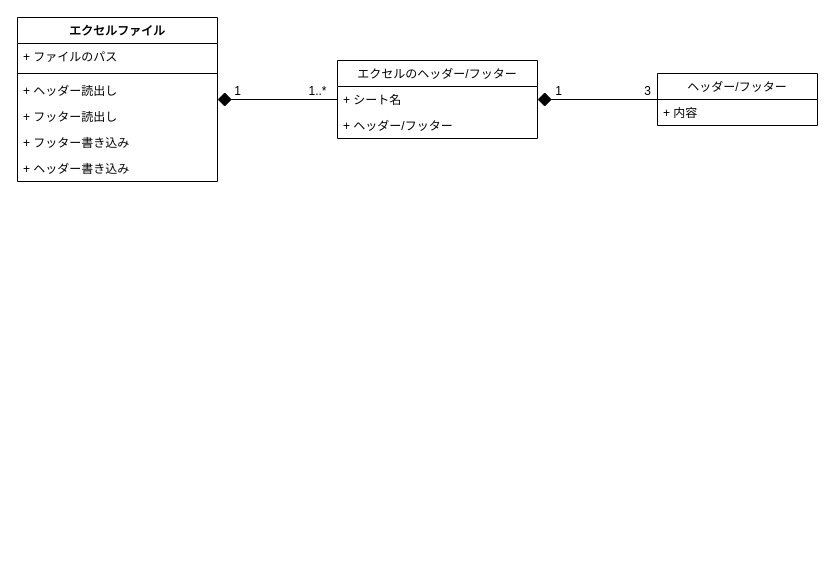
Earlier version of the draw.io diagram page "Class diagram1" (2 of 3) of doc/design/design.drawio (CountrySideEngineer/PythonDeOffice). Source tidied: cells renumbered, new cells numbered last; positions are measured from the earlier drawing's top-left corner, leaving out a move shared by most shapes. Both pictures are drawn from the tidied source at 100%, with x=0, y=0 at pixel (17, 17).
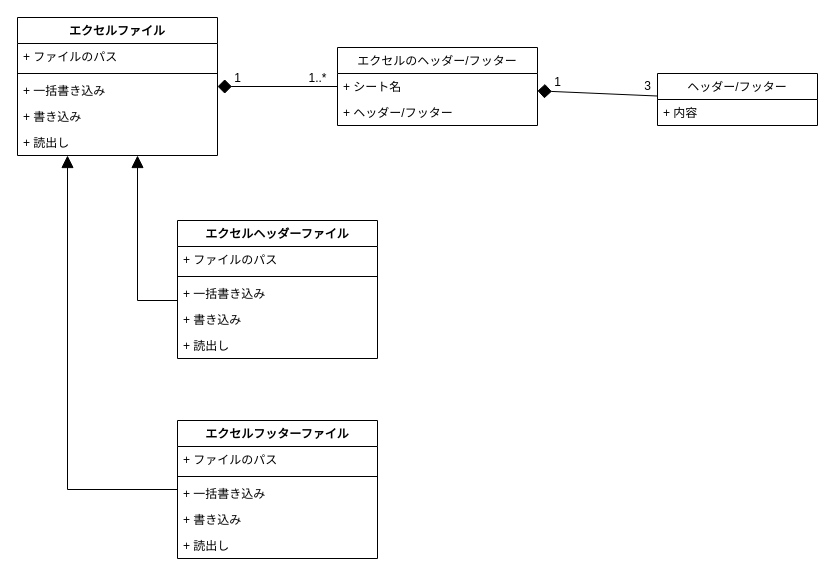
After the change.

Diff of the diagram source:
```diff
@@
     <mxCell id="7" value="エクセルのヘッダー/フッター" style="swimlane;fontStyle=0;horizontal=1;startSize=26;fillColor=none;" parent="1" vertex="1">
-      <mxGeometry x="320" y="43" width="200" height="78" as="geometry" />
+      <mxGeometry x="320" y="30" width="200" height="78" as="geometry" />
     </mxCell>
@@
     <mxCell id="13" value="エクセルファイル" style="swimlane;fontStyle=1;align=center;verticalAlign=top;horizontal=1;startSize=26;" parent="1" vertex="1">
-      <mxGeometry width="200" height="164" as="geometry" />
+      <mxGeometry width="200" height="138" as="geometry" />
     </mxCell>
@@
+    <mxCell id="19" value="+ 一括書き込み" style="text;strokeColor=none;fillColor=none;align=left;verticalAlign=top;spacingLeft=4;spacingRight=4;overflow=hidden;" parent="13" vertex="1">
+      <mxGeometry y="60" width="200" height="26" as="geometry" />
+    </mxCell>
+    <mxCell id="18" value="+ 書き込み" style="text;strokeColor=none;fillColor=none;align=left;verticalAlign=top;spacingLeft=4;spacingRight=4;overflow=hidden;" parent="13" vertex="1">
+      <mxGeometry y="86" width="200" height="26" as="geometry" />
+    </mxCell>
-    <mxCell id="16" value="+ ヘッダー読出し" style="text;strokeColor=none;fillColor=none;align=left;verticalAlign=top;spacingLeft=4;spacingRight=4;overflow=hidden;" parent="13" vertex="1">
-      <mxGeometry y="60" width="200" height="26" as="geometry" />
+    <mxCell id="16" value="+ 読出し" style="text;strokeColor=none;fillColor=none;align=left;verticalAlign=top;spacingLeft=4;spacingRight=4;overflow=hidden;" parent="13" vertex="1">
+      <mxGeometry y="112" width="200" height="26" as="geometry" />
     </mxCell>
-    <mxCell id="17" value="+ フッター読出し" style="text;strokeColor=none;fillColor=none;align=left;verticalAlign=top;spacingLeft=4;spacingRight=4;overflow=hidden;" parent="13" vertex="1">
-      <mxGeometry y="86" width="200" height="26" as="geometry" />
-    </mxCell>
-    <mxCell id="18" value="+ フッター書き込み" style="text;strokeColor=none;fillColor=none;align=left;verticalAlign=top;spacingLeft=4;spacingRight=4;overflow=hidden;" parent="13" vertex="1">
-      <mxGeometry y="112" width="200" height="26" as="geometry" />
-    </mxCell>
-    <mxCell id="19" value="+ ヘッダー書き込み" style="text;strokeColor=none;fillColor=none;align=left;verticalAlign=top;spacingLeft=4;spacingRight=4;overflow=hidden;" parent="13" vertex="1">
-      <mxGeometry y="138" width="200" height="26" as="geometry" />
-    </mxCell>
+    <mxCell id="20" style="edgeStyle=orthogonalEdgeStyle;rounded=0;jettySize=auto;html=1;endArrow=block;endFill=1;startSize=6;endSize=10;" parent="1" edge="1" source="21" target="13">
+      <mxGeometry relative="1" as="geometry">
+        <Array as="points">
+          <mxPoint x="120" y="283" />
+        </Array>
+      </mxGeometry>
+    </mxCell>
+    <mxCell id="21" value="エクセルヘッダーファイル" style="swimlane;fontStyle=1;align=center;verticalAlign=top;horizontal=1;startSize=26;" parent="1" vertex="1">
+      <mxGeometry x="160" y="203" width="200" height="138" as="geometry" />
+    </mxCell>
+    <mxCell id="22" value="+ ファイルのパス" style="text;strokeColor=none;fillColor=none;align=left;verticalAlign=top;spacingLeft=4;spacingRight=4;overflow=hidden;" parent="21" vertex="1">
+      <mxGeometry y="26" width="200" height="26" as="geometry" />
+    </mxCell>
+    <mxCell id="23" style="line;strokeWidth=1;fillColor=none;align=left;verticalAlign=middle;spacingTop=-1;spacingLeft=3;spacingRight=3;labelPosition=right;" parent="21" vertex="1">
+      <mxGeometry y="52" width="200" height="8" as="geometry" />
+    </mxCell>
+    <mxCell id="24" value="+ 一括書き込み" style="text;strokeColor=none;fillColor=none;align=left;verticalAlign=top;spacingLeft=4;spacingRight=4;overflow=hidden;" parent="21" vertex="1">
+      <mxGeometry y="60" width="200" height="26" as="geometry" />
+    </mxCell>
+    <mxCell id="25" value="+ 書き込み" style="text;strokeColor=none;fillColor=none;align=left;verticalAlign=top;spacingLeft=4;spacingRight=4;overflow=hidden;" parent="21" vertex="1">
+      <mxGeometry y="86" width="200" height="26" as="geometry" />
+    </mxCell>
+    <mxCell id="26" value="+ 読出し" style="text;strokeColor=none;fillColor=none;align=left;verticalAlign=top;spacingLeft=4;spacingRight=4;overflow=hidden;" parent="21" vertex="1">
+      <mxGeometry y="112" width="200" height="26" as="geometry" />
+    </mxCell>
+    <mxCell id="27" style="edgeStyle=orthogonalEdgeStyle;rounded=0;jettySize=auto;html=1;startSize=6;endArrow=block;endFill=1;endSize=10;" parent="1" edge="1" source="28" target="13">
+      <mxGeometry relative="1" as="geometry">
+        <Array as="points">
+          <mxPoint x="50" y="472" />
+        </Array>
+      </mxGeometry>
+    </mxCell>
+    <mxCell id="28" value="エクセルフッターファイル" style="swimlane;fontStyle=1;align=center;verticalAlign=top;horizontal=1;startSize=26;" parent="1" vertex="1">
+      <mxGeometry x="160" y="403" width="200" height="138" as="geometry" />
+    </mxCell>
+    <mxCell id="29" value="+ ファイルのパス" style="text;strokeColor=none;fillColor=none;align=left;verticalAlign=top;spacingLeft=4;spacingRight=4;overflow=hidden;" parent="28" vertex="1">
+      <mxGeometry y="26" width="200" height="26" as="geometry" />
+    </mxCell>
+    <mxCell id="30" style="line;strokeWidth=1;fillColor=none;align=left;verticalAlign=middle;spacingTop=-1;spacingLeft=3;spacingRight=3;labelPosition=right;" parent="28" vertex="1">
+      <mxGeometry y="52" width="200" height="8" as="geometry" />
+    </mxCell>
+    <mxCell id="31" value="+ 一括書き込み" style="text;strokeColor=none;fillColor=none;align=left;verticalAlign=top;spacingLeft=4;spacingRight=4;overflow=hidden;" parent="28" vertex="1">
+      <mxGeometry y="60" width="200" height="26" as="geometry" />
+    </mxCell>
+    <mxCell id="32" value="+ 書き込み" style="text;strokeColor=none;fillColor=none;align=left;verticalAlign=top;spacingLeft=4;spacingRight=4;overflow=hidden;" parent="28" vertex="1">
+      <mxGeometry y="86" width="200" height="26" as="geometry" />
+    </mxCell>
+    <mxCell id="33" value="+ 読出し" style="text;strokeColor=none;fillColor=none;align=left;verticalAlign=top;spacingLeft=4;spacingRight=4;overflow=hidden;" parent="28" vertex="1">
+      <mxGeometry y="112" width="200" height="26" as="geometry" />
+    </mxCell>
```
